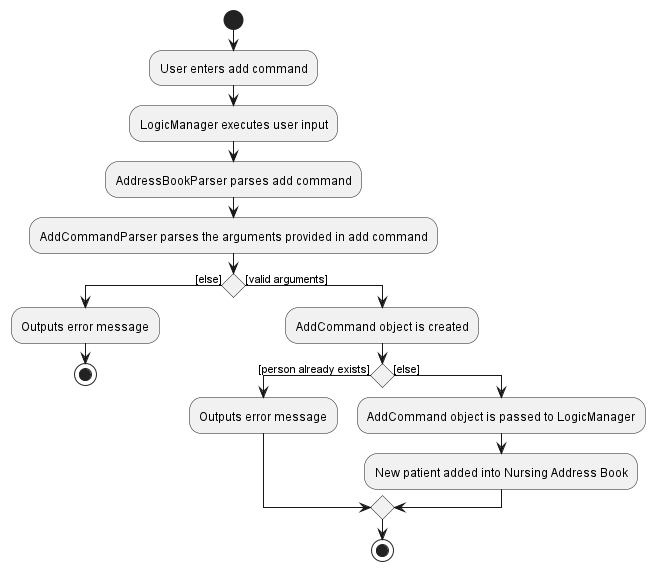
The PlantUML diagram docs/images/AddActivityDiagram.png in swtan346/tp, before a commit. The source it was exported from:
```plantuml
@startuml

start
:User enters add command;
:LogicManager executes user input;
:AddressBookParser parses add command;
:AddCommandParser parses the arguments provided in add command;

if () then ([else])
    :Outputs error message;
    stop
else ([valid arguments])
    :AddCommand object is created;
    if () then ([person already exists])
        :Outputs error message;
    else ([else])
        :AddCommand object is passed to LogicManager;
        :New patient added into Nursing Address Book;
endif
stop

@enduml
```
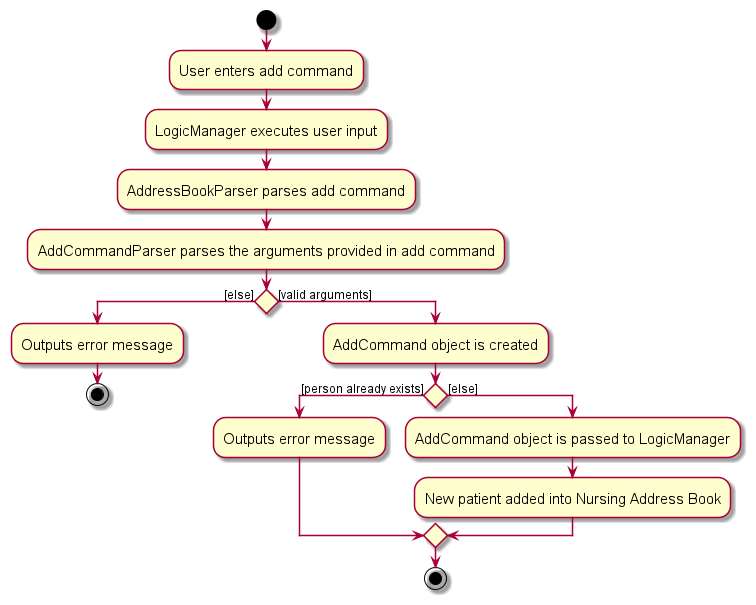
The same file after the commit.

Change to the diagram source:
```diff
@@ -1,4 +1,8 @@
 @startuml
+
+skin rose
+skinparam ActivityFontSize 15
+skinparam ArrowFontSize 12
 
 start
 :User enters add command;
```
